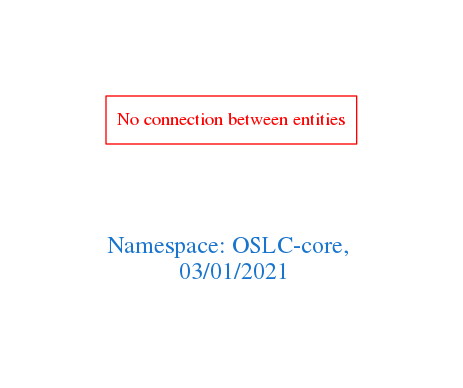
Earlier version of the Graphviz export downloads/OSLC-core.png (arago/OGIT). Its source is kept beside it as downloads/OSLC-core.dot.
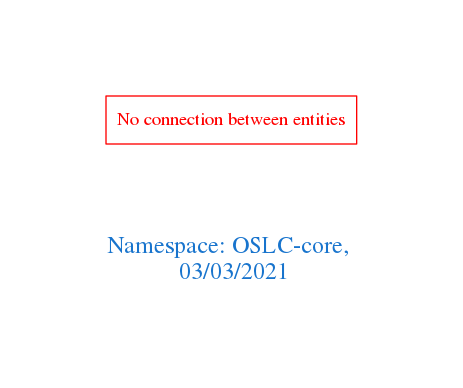
The same file after the commit.

What changed in the source:
```diff
@@ -1,7 +1,7 @@
 digraph OGIT_ontology {
  graph [ rankdir= LR,pad=1
 fontsize = 18,
-fontcolor= dodgerblue3,label = "\n\n\nNamespace: OSLC-core, \n 03/01/2021"];
+fontcolor= dodgerblue3,label = "\n\n\nNamespace: OSLC-core, \n 03/03/2021"];
 node[shape=polygon];
 edge [  color="gray81"];
 
```
